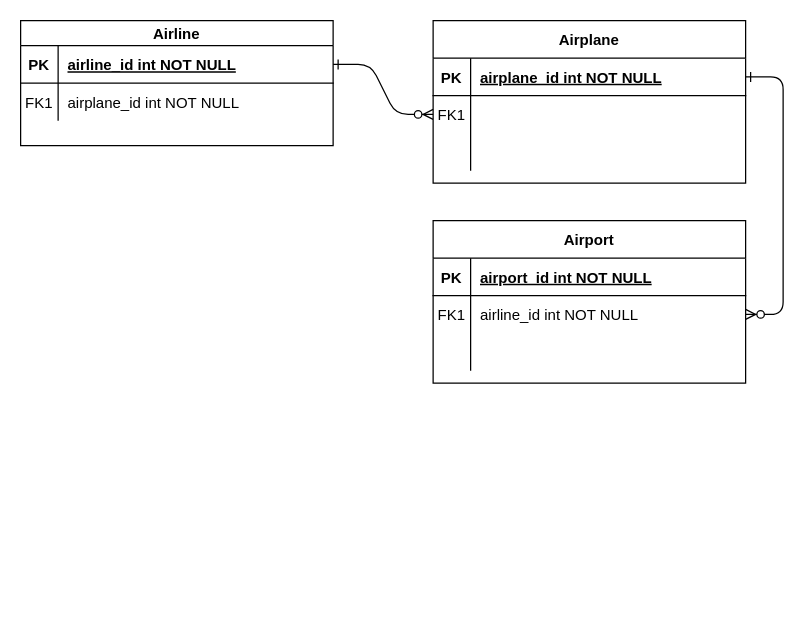
The draw.io diagram Untitled Diagram.drawio in CS4400-Spring-2023-Team-1/CS4400-Project, before the edit. Source tidied: cells renumbered, new cells numbered last; positions are measured from the earlier drawing's top-left corner, leaving out a move shared by most shapes. Both pictures are drawn from the tidied source at 125%, with x=0, y=0 at pixel (20, 20).
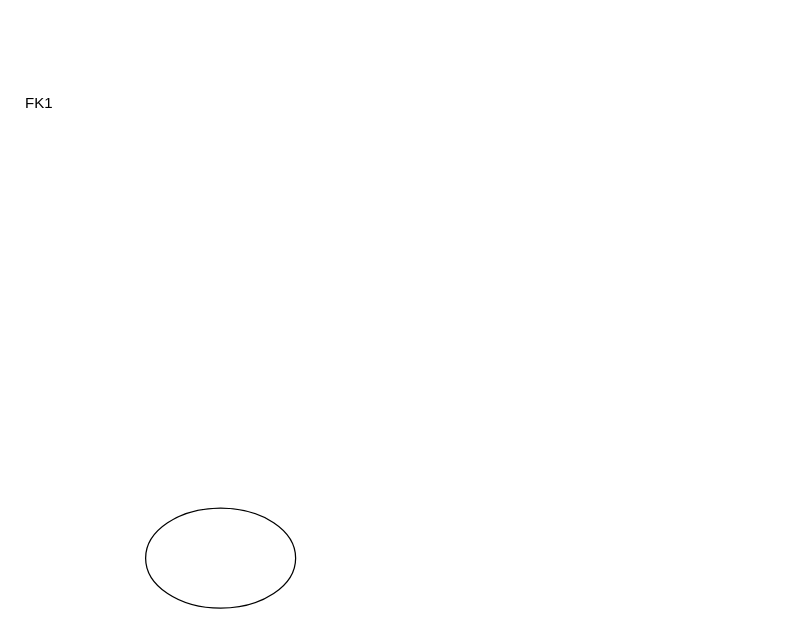
The same page after the edit.

Commit message:
Remove Default Drawing

Change to the diagram source:
```diff
@@
-    <mxCell id="2" style="edgeStyle=entityRelationEdgeStyle;endArrow=ERzeroToMany;startArrow=ERone;endFill=1;startFill=0;" parent="1" edge="1" source="25" target="8">
-      <mxGeometry relative="1" as="geometry" />
-    </mxCell>
-    <mxCell id="3" style="edgeStyle=entityRelationEdgeStyle;endArrow=ERzeroToMany;startArrow=ERone;endFill=1;startFill=0;" parent="1" edge="1" source="5" target="18">
-      <mxGeometry relative="1" as="geometry" />
-    </mxCell>
-    <mxCell id="4" value="Airplane" style="shape=table;startSize=30;childLayout=tableLayout;rowLines=0;fontStyle=1;align=center;" parent="1" vertex="1">
-      <mxGeometry x="330" width="250" height="130" as="geometry" />
-    </mxCell>
-    <mxCell id="5" style="shape=partialRectangle;fillColor=none;points=[[0,0.5],[1,0.5]];portConstraint=eastwest;top=0;left=0;right=0;bottom=1;" parent="4" vertex="1">
-      <mxGeometry y="30" width="250" height="30" as="geometry" />
-    </mxCell>
-    <mxCell id="6" value="PK" style="shape=partialRectangle;overflow=hidden;fillColor=none;top=0;left=0;bottom=0;right=0;fontStyle=1;" parent="5" vertex="1">
-      <mxGeometry width="30" height="30" as="geometry" />
-    </mxCell>
-    <mxCell id="7" value="airplane_id int NOT NULL " style="shape=partialRectangle;overflow=hidden;fillColor=none;top=0;left=0;bottom=0;right=0;align=left;spacingLeft=6;fontStyle=5;" parent="5" vertex="1">
-      <mxGeometry x="30" width="220" height="30" as="geometry" />
-    </mxCell>
-    <mxCell id="8" style="shape=partialRectangle;fillColor=none;points=[[0,0.5],[1,0.5]];portConstraint=eastwest;top=0;left=0;right=0;bottom=0;" parent="4" vertex="1">
-      <mxGeometry y="60" width="250" height="30" as="geometry" />
-    </mxCell>
-    <mxCell id="9" value="FK1" style="shape=partialRectangle;overflow=hidden;fillColor=none;top=0;left=0;bottom=0;right=0;" parent="8" vertex="1">
-      <mxGeometry width="30" height="30" as="geometry" />
-    </mxCell>
-    <mxCell id="10" style="shape=partialRectangle;overflow=hidden;fillColor=none;top=0;left=0;bottom=0;right=0;align=left;spacingLeft=6;" parent="8" vertex="1">
-      <mxGeometry x="30" width="220" height="30" as="geometry" />
-    </mxCell>
-    <mxCell id="11" style="shape=partialRectangle;fillColor=none;top=0;left=0;right=0;bottom=0;" parent="4" vertex="1">
-      <mxGeometry y="90" width="250" height="30" as="geometry" />
-    </mxCell>
-    <mxCell id="12" style="shape=partialRectangle;overflow=hidden;fillColor=none;top=0;left=0;bottom=0;right=0;" parent="11" vertex="1">
-      <mxGeometry width="30" height="30" as="geometry" />
-    </mxCell>
-    <mxCell id="13" style="shape=partialRectangle;overflow=hidden;fillColor=none;top=0;left=0;bottom=0;right=0;align=left;spacingLeft=6;" parent="11" vertex="1">
-      <mxGeometry x="30" width="220" height="30" as="geometry" />
-    </mxCell>
-    <mxCell id="14" value="Airport" style="shape=table;startSize=30;childLayout=tableLayout;rowLines=0;fontStyle=1;align=center;" parent="1" vertex="1">
-      <mxGeometry x="330" y="160" width="250" height="130" as="geometry" />
-    </mxCell>
-    <mxCell id="15" style="shape=partialRectangle;fillColor=none;top=0;left=0;right=0;bottom=1;" parent="14" vertex="1">
-      <mxGeometry y="30" width="250" height="30" as="geometry" />
-    </mxCell>
-    <mxCell id="16" value="PK" style="shape=partialRectangle;overflow=hidden;fillColor=none;top=0;left=0;bottom=0;right=0;fontStyle=1;" parent="15" vertex="1">
-      <mxGeometry width="30" height="30" as="geometry" />
-    </mxCell>
-    <mxCell id="17" value="airport_id int NOT NULL " style="shape=partialRectangle;overflow=hidden;fillColor=none;top=0;left=0;bottom=0;right=0;align=left;spacingLeft=6;fontStyle=5;" parent="15" vertex="1">
-      <mxGeometry x="30" width="220" height="30" as="geometry" />
-    </mxCell>
-    <mxCell id="18" style="shape=partialRectangle;fillColor=none;points=[[0,0.5],[1,0.5]];portConstraint=eastwest;top=0;left=0;right=0;bottom=0;" parent="14" vertex="1">
-      <mxGeometry y="60" width="250" height="30" as="geometry" />
-    </mxCell>
-    <mxCell id="19" value="FK1" style="shape=partialRectangle;overflow=hidden;fillColor=none;top=0;left=0;bottom=0;right=0;" parent="18" vertex="1">
-      <mxGeometry width="30" height="30" as="geometry" />
-    </mxCell>
-    <mxCell id="20" value="airline_id int NOT NULL" style="shape=partialRectangle;overflow=hidden;fillColor=none;top=0;left=0;bottom=0;right=0;align=left;spacingLeft=6;" parent="18" vertex="1">
-      <mxGeometry x="30" width="220" height="30" as="geometry" />
-    </mxCell>
-    <mxCell id="21" style="shape=partialRectangle;fillColor=none;top=0;left=0;right=0;bottom=0;" parent="14" vertex="1">
-      <mxGeometry y="90" width="250" height="30" as="geometry" />
-    </mxCell>
-    <mxCell id="22" style="shape=partialRectangle;overflow=hidden;fillColor=none;top=0;left=0;bottom=0;right=0;" parent="21" vertex="1">
-      <mxGeometry width="30" height="30" as="geometry" />
-    </mxCell>
-    <mxCell id="23" style="shape=partialRectangle;overflow=hidden;fillColor=none;top=0;left=0;bottom=0;right=0;align=left;spacingLeft=6;" parent="21" vertex="1">
-      <mxGeometry x="30" width="220" height="30" as="geometry" />
-    </mxCell>
-    <mxCell id="24" value="Airline" style="shape=table;startSize=20;childLayout=tableLayout;rowLines=0;fontStyle=1;align=center;" parent="1" vertex="1">
-      <mxGeometry width="250" height="100" as="geometry" />
-    </mxCell>
-    <mxCell id="25" style="shape=partialRectangle;fillColor=none;points=[[0,0.5],[1,0.5]];portConstraint=eastwest;top=0;left=0;right=0;bottom=1;" parent="24" vertex="1">
-      <mxGeometry y="20" width="250" height="30" as="geometry" />
-    </mxCell>
-    <mxCell id="26" value="PK" style="shape=partialRectangle;overflow=hidden;fillColor=none;top=0;left=0;bottom=0;right=0;fontStyle=1;" parent="25" vertex="1">
-      <mxGeometry width="30" height="30" as="geometry" />
-    </mxCell>
-    <mxCell id="27" value="airline_id int NOT NULL" style="shape=partialRectangle;overflow=hidden;fillColor=none;top=0;left=0;bottom=0;right=0;align=left;spacingLeft=6;fontStyle=5;" parent="25" vertex="1">
-      <mxGeometry x="30" width="220" height="30" as="geometry" />
-    </mxCell>
-    <mxCell id="28" style="shape=partialRectangle;fillColor=none;top=0;left=0;right=0;bottom=0;" parent="24" vertex="1">
-      <mxGeometry y="50" width="250" height="30" as="geometry" />
-    </mxCell>
-    <mxCell id="29" style="shape=partialRectangle;overflow=hidden;fillColor=none;top=0;left=0;bottom=0;right=0;" parent="28" vertex="1">
-      <mxGeometry width="30" height="30" as="geometry" />
-    </mxCell>
-    <mxCell id="30" value="airplane_id int NOT NULL" style="shape=partialRectangle;overflow=hidden;fillColor=none;top=0;left=0;bottom=0;right=0;align=left;spacingLeft=6;" parent="28" vertex="1">
-      <mxGeometry x="30" width="220" height="30" as="geometry" />
-    </mxCell>
+    <mxCell id="32" style="ellipse;whiteSpace=wrap;html=1;" parent="1" vertex="1">
+      <mxGeometry x="100" y="390" width="120" height="80" as="geometry" />
+    </mxCell>
```
